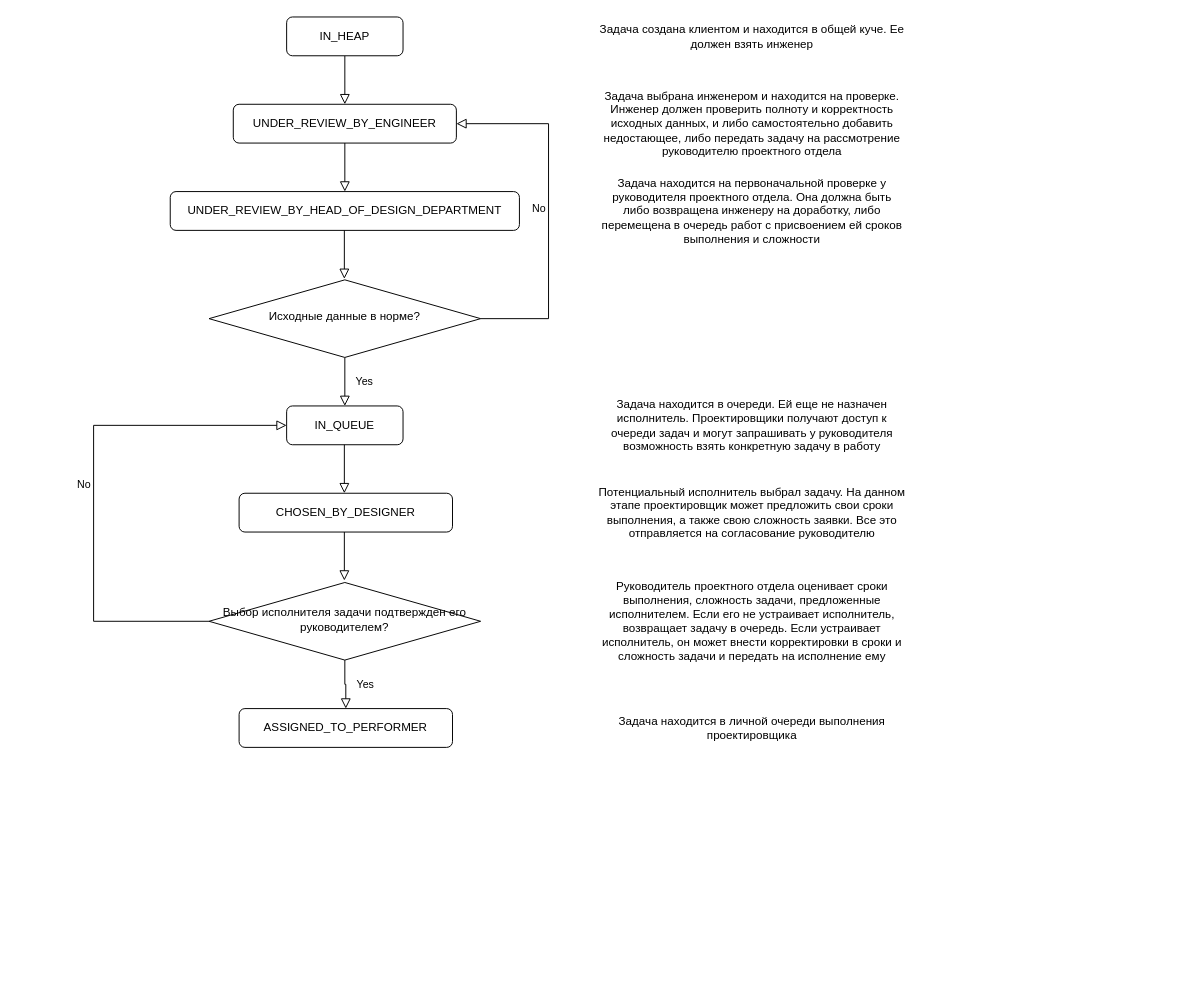
This is Untitled Diagram.drawio from bryanin/QuestionnaireBackend, a draw.io file, before an edit. Source tidied: cells renumbered, new cells numbered last; positions are measured from the earlier drawing's top-left corner, leaving out a move shared by most shapes. Both pictures are drawn from the tidied source at 97%, with x=0, y=0 at pixel (93, 16).
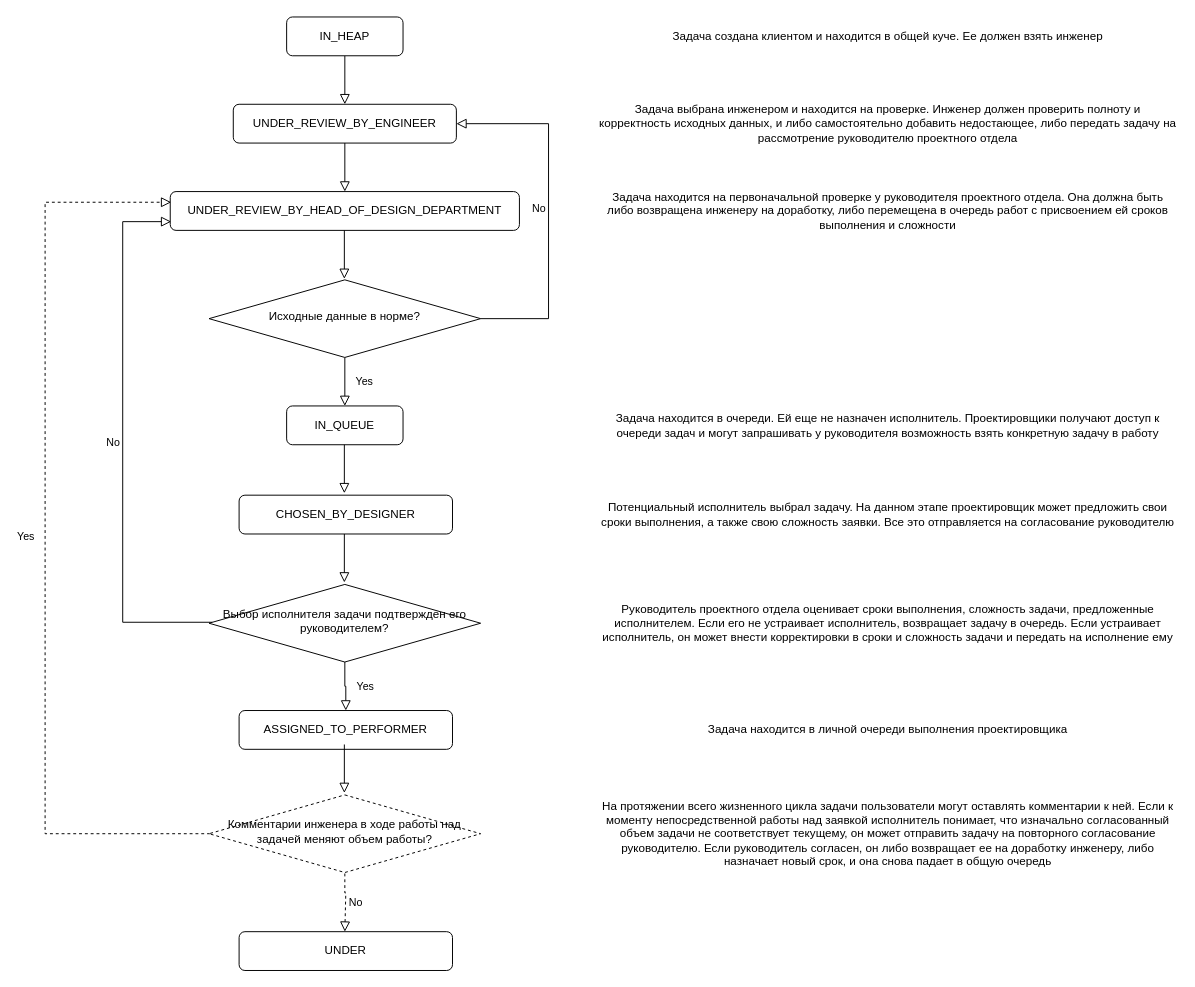
Above is the later version.

Unchanged cells that the change refers to:
```xml
<mxCell id="14" value="IN_QUEUE" style="rounded=1;whiteSpace=wrap;html=1;fontSize=12;glass=0;strokeWidth=1;shadow=0;" parent="1" vertex="1">
  <mxGeometry x="199" y="401" width="120" height="40" as="geometry" />
</mxCell>
```

Diff of the diagram source:
```diff
@@
     <mxCell id="3" value="Задача выбрана инженером и находится на проверке. Инженер должен проверить полноту и корректность исходных данных, и либо самостоятельно добавить недостающее, либо передать задачу на рассмотрение руководителю проектного отдела" style="text;html=1;strokeColor=none;fillColor=none;align=center;verticalAlign=middle;whiteSpace=wrap;rounded=0;" parent="1" vertex="1">
-      <mxGeometry x="519" y="95" width="320" height="30" as="geometry" />
+      <mxGeometry x="519" y="95" width="600" height="30" as="geometry" />
     </mxCell>
@@
     <mxCell id="6" value="Задача создана клиентом и находится в общей куче. Ее должен взять инженер" style="text;html=1;strokeColor=none;fillColor=none;align=center;verticalAlign=middle;whiteSpace=wrap;rounded=0;" parent="1" vertex="1">
-      <mxGeometry x="519" y="5" width="320" height="30" as="geometry" />
+      <mxGeometry x="519" y="5" width="600" height="30" as="geometry" />
     </mxCell>
@@
     <mxCell id="9" value="Задача находится на первоначальной проверке у руководителя проектного отдела. Она должна быть либо возвращена инженеру на доработку, либо перемещена в очередь работ с присвоением ей сроков выполнения и сложности" style="text;html=1;strokeColor=none;fillColor=none;align=center;verticalAlign=middle;whiteSpace=wrap;rounded=0;" parent="1" vertex="1">
-      <mxGeometry x="519" y="185" width="320" height="30" as="geometry" />
+      <mxGeometry x="519" y="185" width="600" height="30" as="geometry" />
     </mxCell>
@@
     <mxCell id="15" value="Задача находится в очереди. Ей еще не назначен исполнитель. Проектировщики получают доступ к очереди задач и могут запрашивать у руководителя возможность взять конкретную задачу в работу" style="text;html=1;strokeColor=none;fillColor=none;align=center;verticalAlign=middle;whiteSpace=wrap;rounded=0;" parent="1" vertex="1">
-      <mxGeometry x="519" y="406" width="320" height="30" as="geometry" />
+      <mxGeometry x="519" y="406" width="600" height="30" as="geometry" />
     </mxCell>
@@
-    <mxCell id="18" value="No" style="edgeStyle=orthogonalEdgeStyle;rounded=0;html=1;jettySize=auto;fontSize=11;endArrow=block;endFill=0;endSize=8;strokeWidth=1;shadow=0;labelBackgroundColor=none;entryX=0;entryY=0.5;entryDx=0;entryDy=0;" parent="1" edge="1" source="19" target="14">
+    <mxCell id="18" value="No" style="edgeStyle=orthogonalEdgeStyle;rounded=0;html=1;jettySize=auto;fontSize=11;endArrow=block;endFill=0;endSize=8;strokeWidth=1;shadow=0;labelBackgroundColor=none;" parent="1" edge="1" source="19">
       <mxGeometry y="10" relative="1" as="geometry">
+        <mxPoint x="80" y="211" as="targetPoint" />
         <Array as="points">
-          <mxPoint y="623" />
-          <mxPoint y="421" />
+          <mxPoint x="30" y="624" />
+          <mxPoint x="30" y="211" />
         </Array>
       </mxGeometry>
     </mxCell>
     <mxCell id="19" value="&lt;div&gt;Выбор исполнителя задачи подтвержден его руководителем?&lt;/div&gt;" style="rhombus;whiteSpace=wrap;html=1;shadow=0;fontFamily=Helvetica;fontSize=12;align=center;strokeWidth=1;spacing=6;spacingTop=-4;" parent="1" vertex="1">
-      <mxGeometry x="119" y="583" width="280" height="80" as="geometry" />
+      <mxGeometry x="119" y="585" width="280" height="80" as="geometry" />
     </mxCell>
     <mxCell id="20" value="ASSIGNED_TO_PERFORMER" style="rounded=1;whiteSpace=wrap;html=1;fontSize=12;glass=0;strokeWidth=1;shadow=0;" parent="1" vertex="1">
-      <mxGeometry x="150" y="713" width="220" height="40" as="geometry" />
+      <mxGeometry x="150" y="715" width="220" height="40" as="geometry" />
     </mxCell>
     <mxCell id="21" value="CHOSEN_BY_DESIGNER" style="rounded=1;whiteSpace=wrap;html=1;fontSize=12;glass=0;strokeWidth=1;shadow=0;" parent="1" vertex="1">
-      <mxGeometry x="150" y="491" width="220" height="40" as="geometry" />
+      <mxGeometry x="150" y="493" width="220" height="40" as="geometry" />
     </mxCell>
     <mxCell id="22" style="rounded=0;html=1;jettySize=auto;orthogonalLoop=1;fontSize=11;endArrow=block;endFill=0;endSize=8;strokeWidth=1;shadow=0;labelBackgroundColor=none;edgeStyle=orthogonalEdgeStyle;" parent="1" edge="1">
       <mxGeometry relative="1" as="geometry">
-        <mxPoint x="258.5" y="531" as="sourcePoint" />
-        <mxPoint x="258.5" y="581" as="targetPoint" />
+        <mxPoint x="258.5" y="533" as="sourcePoint" />
+        <mxPoint x="258.5" y="583" as="targetPoint" />
       </mxGeometry>
     </mxCell>
     <mxCell id="23" value="Руководитель проектного отдела оценивает сроки выполнения, сложность задачи, предложенные исполнителем. Если его не устраивает исполнитель, возвращает задачу в очередь. Если устраивает исполнитель, он может внести корректировки в сроки и сложность задачи и передать на исполнение ему" style="text;html=1;strokeColor=none;fillColor=none;align=center;verticalAlign=middle;whiteSpace=wrap;rounded=0;" parent="1" vertex="1">
-      <mxGeometry x="519" y="608" width="320" height="30" as="geometry" />
+      <mxGeometry x="519" y="610" width="600" height="30" as="geometry" />
     </mxCell>
     <mxCell id="24" value="Потенциальный исполнитель выбрал задачу. На данном этапе проектировщик может предложить свои сроки выполнения, а также свою сложность заявки. Все это отправляется на согласование руководителю" style="text;html=1;strokeColor=none;fillColor=none;align=center;verticalAlign=middle;whiteSpace=wrap;rounded=0;" parent="1" vertex="1">
-      <mxGeometry x="519" y="496" width="320" height="30" as="geometry" />
+      <mxGeometry x="519" y="498" width="600" height="30" as="geometry" />
     </mxCell>
     <mxCell id="25" value="Задача находится в личной очереди выполнения проектировщика" style="text;html=1;strokeColor=none;fillColor=none;align=center;verticalAlign=middle;whiteSpace=wrap;rounded=0;" parent="1" vertex="1">
-      <mxGeometry x="519" y="718" width="320" height="30" as="geometry" />
+      <mxGeometry x="519" y="720" width="600" height="30" as="geometry" />
     </mxCell>
+    <mxCell id="26" value="Yes" style="rounded=0;html=1;jettySize=auto;orthogonalLoop=1;fontSize=11;endArrow=block;endFill=0;endSize=8;strokeWidth=1;shadow=0;labelBackgroundColor=none;edgeStyle=orthogonalEdgeStyle;dashed=1;" parent="1" edge="1">
+      <mxGeometry y="20" relative="1" as="geometry">
+        <mxPoint x="120" y="842" as="sourcePoint" />
+        <mxPoint x="80" y="191" as="targetPoint" />
+        <Array as="points">
+          <mxPoint x="-50" y="842" />
+          <mxPoint x="-50" y="191" />
+          <mxPoint x="79" y="191" />
+        </Array>
+      </mxGeometry>
+    </mxCell>
+    <mxCell id="27" value="No" style="edgeStyle=orthogonalEdgeStyle;rounded=0;html=1;jettySize=auto;orthogonalLoop=1;fontSize=11;endArrow=block;endFill=0;endSize=8;strokeWidth=1;shadow=0;labelBackgroundColor=none;dashed=1;" parent="1" edge="1">
+      <mxGeometry y="10" relative="1" as="geometry">
+        <mxPoint x="259" y="883" as="sourcePoint" />
+        <mxPoint x="259" y="943" as="targetPoint" />
+        <Array as="points">
+          <mxPoint x="259" y="903" />
+          <mxPoint x="260" y="943" />
+        </Array>
+      </mxGeometry>
+    </mxCell>
+    <mxCell id="28" value="Комментарии инженера в ходе работы над задачей меняют объем работы?" style="rhombus;whiteSpace=wrap;html=1;shadow=0;fontFamily=Helvetica;fontSize=12;align=center;strokeWidth=1;spacing=6;spacingTop=-4;dashed=1;" parent="1" vertex="1">
+      <mxGeometry x="119" y="802" width="280" height="80" as="geometry" />
+    </mxCell>
+    <mxCell id="29" value="UNDER" style="rounded=1;whiteSpace=wrap;html=1;fontSize=12;glass=0;strokeWidth=1;shadow=0;" parent="1" vertex="1">
+      <mxGeometry x="150" y="943" width="220" height="40" as="geometry" />
+    </mxCell>
+    <mxCell id="30" style="rounded=0;html=1;jettySize=auto;orthogonalLoop=1;fontSize=11;endArrow=block;endFill=0;endSize=8;strokeWidth=1;shadow=0;labelBackgroundColor=none;edgeStyle=orthogonalEdgeStyle;" parent="1" edge="1">
+      <mxGeometry relative="1" as="geometry">
+        <mxPoint x="258.5" y="750" as="sourcePoint" />
+        <mxPoint x="258.5" y="800" as="targetPoint" />
+      </mxGeometry>
+    </mxCell>
+    <mxCell id="31" value="На протяжении всего жизненного цикла задачи пользователи могут оставлять комментарии к ней. Если к моменту непосредственной работы над заявкой исполнитель понимает, что изначально согласованный объем задачи не соответствует текущему, он может отправить задачу на повторного согласование руководителю. Если руководитель согласен, он либо возвращает ее на доработку инженеру, либо назначает новый срок, и она снова падает в общую очередь" style="text;html=1;strokeColor=none;fillColor=none;align=center;verticalAlign=middle;whiteSpace=wrap;rounded=0;" parent="1" vertex="1">
+      <mxGeometry x="519" y="827" width="600" height="30" as="geometry" />
+    </mxCell>
```
